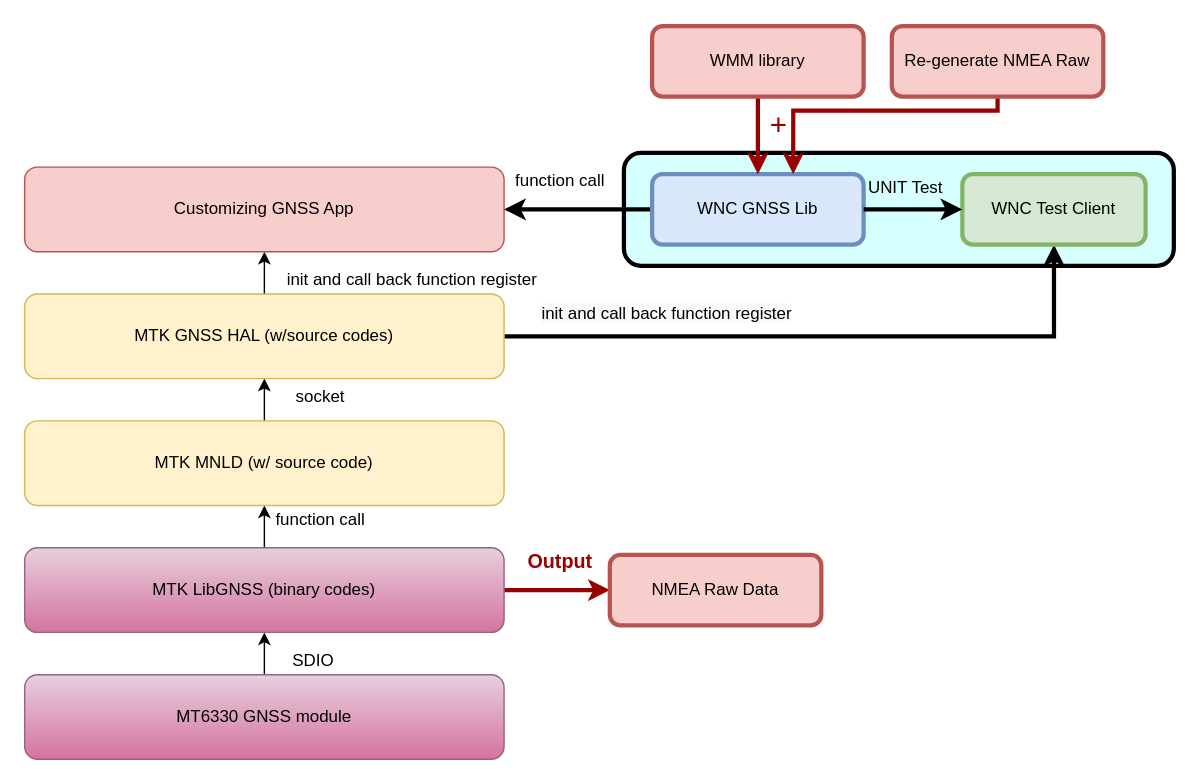
Earlier version of the draw.io diagram mtk_gnss.drawio (jiajiuan/linux_apps). Source tidied: cells renumbered, new cells numbered last; positions are measured from the earlier drawing's top-left corner, leaving out a move shared by most shapes. Both pictures are drawn from the tidied source at 141%, with x=0, y=0 at pixel (24, 25).
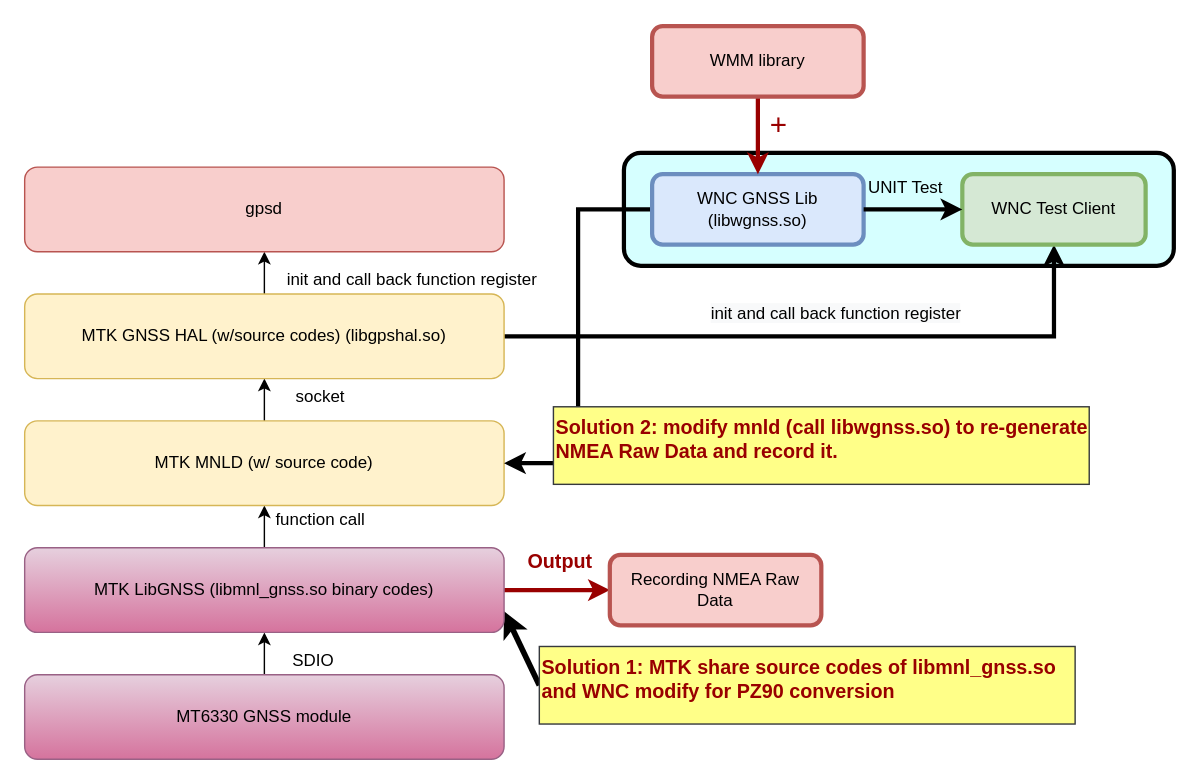
The same diagram, later.

Unchanged cells that the change refers to:
```xml
<mxCell id="10" value="MTK MNLD (w/ source code)" style="rounded=1;whiteSpace=wrap;html=1;fillColor=#fff2cc;strokeColor=#d6b656;" parent="1" vertex="1">
  <mxGeometry y="280" width="340" height="60" as="geometry" />
</mxCell>
```

What changed in the source:
```diff
@@
+    <mxCell id="32" style="rounded=0;jettySize=auto;html=1;exitX=1;exitY=0.75;exitDx=0;exitDy=0;entryX=0;entryY=0.5;entryDx=0;entryDy=0;strokeWidth=4;startArrow=classic;startFill=1;endArrow=none;endFill=0;" parent="1" edge="1" source="7" target="34">
+      <mxGeometry relative="1" as="geometry" />
+    </mxCell>
-    <mxCell id="7" value="MTK LibGNSS (binary codes)" style="rounded=1;whiteSpace=wrap;html=1;fillColor=#e6d0de;strokeColor=#996185;gradientColor=#d5739d;" parent="1" vertex="1">
+    <mxCell id="7" value="MTK LibGNSS (libmnl_gnss.so binary codes)" style="rounded=1;whiteSpace=wrap;html=1;fillColor=#e6d0de;strokeColor=#996185;gradientColor=#d5739d;" parent="1" vertex="1">
       <mxGeometry y="370" width="340" height="60" as="geometry" />
     </mxCell>
@@
-    <mxCell id="13" value="MTK GNSS HAL (w/source codes)" style="rounded=1;whiteSpace=wrap;html=1;fillColor=#fff2cc;strokeColor=#d6b656;" parent="1" vertex="1">
+    <mxCell id="13" value="MTK GNSS HAL (w/source codes) (libgpshal.so)" style="rounded=1;whiteSpace=wrap;html=1;fillColor=#fff2cc;strokeColor=#d6b656;" parent="1" vertex="1">
       <mxGeometry y="190" width="340" height="60" as="geometry" />
     </mxCell>
@@
-    <mxCell id="16" value="Customizing GNSS App" style="rounded=1;whiteSpace=wrap;html=1;fillColor=#f8cecc;strokeColor=#b85450;" parent="1" vertex="1">
+    <mxCell id="16" value="gpsd" style="rounded=1;whiteSpace=wrap;html=1;fillColor=#f8cecc;strokeColor=#b85450;" parent="1" vertex="1">
       <mxGeometry y="100" width="340" height="60" as="geometry" />
     </mxCell>
@@
-    <mxCell id="18" style="edgeStyle=orthogonalEdgeStyle;rounded=0;jettySize=auto;html=1;exitX=0;exitY=0.5;exitDx=0;exitDy=0;strokeWidth=3;" parent="1" edge="1" source="22" target="16">
+    <mxCell id="18" style="edgeStyle=orthogonalEdgeStyle;rounded=0;jettySize=auto;html=1;exitX=0;exitY=0.5;exitDx=0;exitDy=0;strokeWidth=3;entryX=1;entryY=0.5;entryDx=0;entryDy=0;" parent="1" edge="1" source="22" target="10">
       <mxGeometry relative="1" as="geometry" />
     </mxCell>
     <mxCell id="19" value="&lt;span style=&quot;color: rgb(0, 0, 0); font-family: helvetica; font-size: 12px; font-style: normal; font-weight: 400; letter-spacing: normal; text-align: center; text-indent: 0px; text-transform: none; word-spacing: 0px; background-color: rgb(248, 249, 250); display: inline; float: none;&quot;&gt;init and call back function register&lt;/span&gt;" style="text;whiteSpace=wrap;html=1;" parent="1" vertex="1">
-      <mxGeometry x="365" y="190" width="200" height="30" as="geometry" />
+      <mxGeometry x="485" y="190" width="200" height="30" as="geometry" />
     </mxCell>
-    <mxCell id="20" value="function call" style="text;html=1;strokeColor=none;fillColor=none;align=center;verticalAlign=middle;whiteSpace=wrap;rounded=0;" parent="1" vertex="1">
-      <mxGeometry x="340" y="100" width="80" height="20" as="geometry" />
-    </mxCell>
@@
-    <mxCell id="22" value="WNC GNSS Lib" style="rounded=1;whiteSpace=wrap;html=1;strokeWidth=3;fillColor=#dae8fc;strokeColor=#6c8ebf;" parent="1" vertex="1">
+    <mxCell id="22" value="WNC GNSS Lib (libwgnss.so)" style="rounded=1;whiteSpace=wrap;html=1;strokeWidth=3;fillColor=#dae8fc;strokeColor=#6c8ebf;" parent="1" vertex="1">
       <mxGeometry x="445" y="105" width="150" height="50" as="geometry" />
     </mxCell>
@@
-    <mxCell id="28" value="NMEA Raw Data" style="rounded=1;whiteSpace=wrap;html=1;strokeWidth=3;fillColor=#f8cecc;strokeColor=#b85450;" parent="1" vertex="1">
+    <mxCell id="28" value="Recording NMEA Raw Data" style="rounded=1;whiteSpace=wrap;html=1;strokeWidth=3;fillColor=#f8cecc;strokeColor=#b85450;" parent="1" vertex="1">
       <mxGeometry x="415" y="375" width="150" height="50" as="geometry" />
     </mxCell>
@@
-    <mxCell id="30" style="edgeStyle=orthogonalEdgeStyle;rounded=0;jettySize=auto;html=1;strokeColor=#990000;strokeWidth=3;entryX=0.667;entryY=0;entryDx=0;entryDy=0;entryPerimeter=0;" parent="1" edge="1" source="31" target="22">
-      <mxGeometry relative="1" as="geometry">
-        <Array as="points">
-          <mxPoint x="690" y="60" />
-          <mxPoint x="545" y="60" />
-        </Array>
-      </mxGeometry>
-    </mxCell>
-    <mxCell id="31" value="Re-generate NMEA Raw" style="rounded=1;whiteSpace=wrap;html=1;strokeWidth=3;fillColor=#f8cecc;strokeColor=#b85450;" parent="1" vertex="1">
-      <mxGeometry x="615" width="150" height="50" as="geometry" />
-    </mxCell>
+    <mxCell id="33" value="&lt;span style=&quot;font-family: &amp;#34;helvetica&amp;#34; ; font-style: normal ; letter-spacing: normal ; text-align: center ; text-indent: 0px ; text-transform: none ; word-spacing: 0px ; display: inline ; float: none&quot;&gt;&lt;b&gt;&lt;font color=&quot;#990000&quot; style=&quot;font-size: 14px&quot;&gt;Solution 2: modify mnld (call libwgnss.so) to re-generate NMEA Raw Data and record it.&lt;/font&gt;&lt;/b&gt;&lt;/span&gt;" style="text;whiteSpace=wrap;html=1;fillColor=#ffff88;strokeColor=#36393d;" parent="1" vertex="1">
+      <mxGeometry x="375" y="270" width="380" height="55" as="geometry" />
+    </mxCell>
+    <mxCell id="34" value="&lt;span style=&quot;font-family: &amp;#34;helvetica&amp;#34; ; font-style: normal ; letter-spacing: normal ; text-align: center ; text-indent: 0px ; text-transform: none ; word-spacing: 0px ; display: inline ; float: none&quot;&gt;&lt;b&gt;&lt;font color=&quot;#990000&quot; style=&quot;font-size: 14px&quot;&gt;Solution 1: MTK share source codes of libmnl_gnss.so and WNC modify for PZ90 conversion&lt;/font&gt;&lt;/b&gt;&lt;/span&gt;" style="text;whiteSpace=wrap;html=1;fillColor=#ffff88;strokeColor=#36393d;" parent="1" vertex="1">
+      <mxGeometry x="365" y="440" width="380" height="55" as="geometry" />
+    </mxCell>
```
